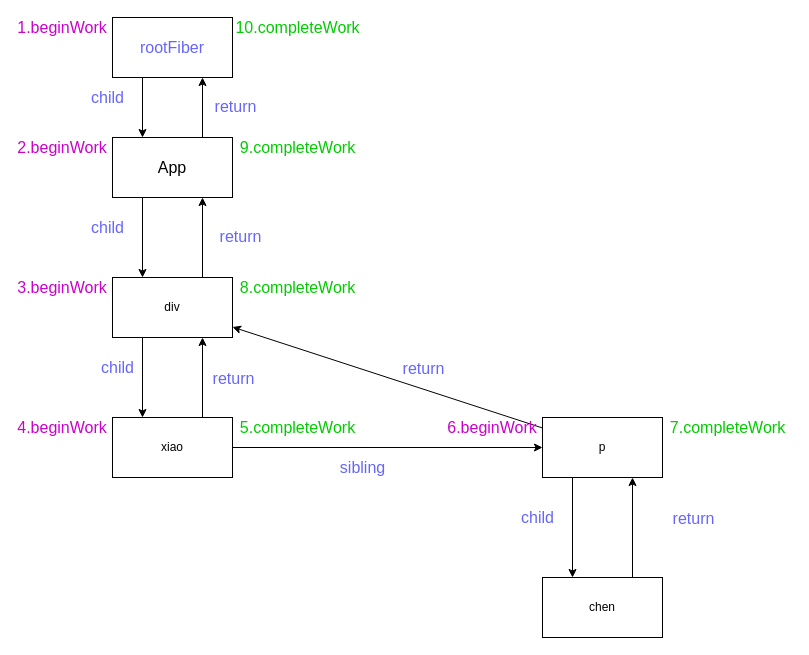
Above: page "Page-4" (4 of 23) of 第五章_0.drawio in xiaochen1024/react_code (draw.io), before the change. Source tidied: cells renumbered, new cells numbered last; positions are measured from the earlier drawing's top-left corner, leaving out a move shared by most shapes. Both pictures are drawn from the tidied source at 100%, with x=0, y=0 at pixel (42, 17).
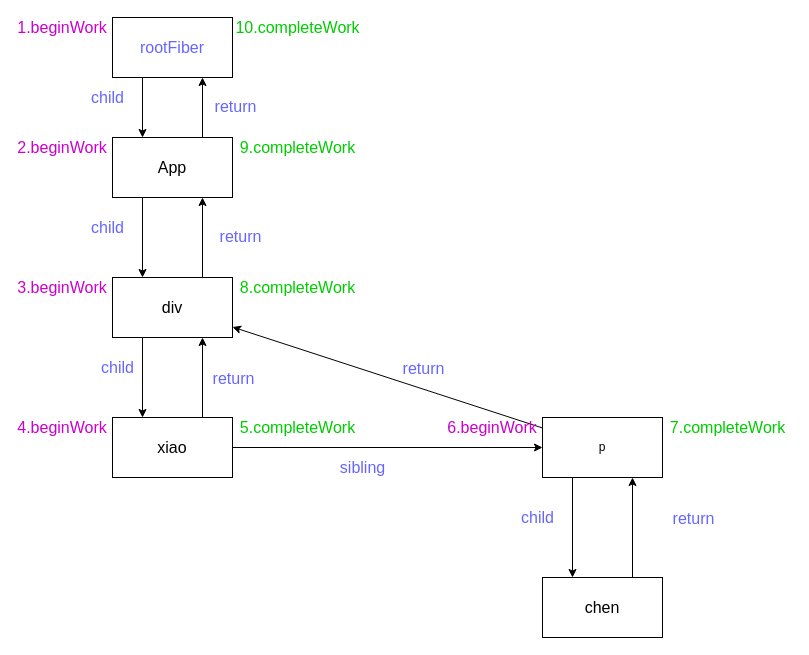
The same diagram, later.

What changed in the source:
```diff
@@
-    <mxCell id="8" value="div" style="rounded=0;whiteSpace=wrap;html=1;strokeWidth=1;" parent="1" vertex="1">
+    <mxCell id="8" value="&lt;font style=&quot;font-size: 16px&quot;&gt;div&lt;/font&gt;" style="rounded=0;whiteSpace=wrap;html=1;strokeWidth=1;" parent="1" vertex="1">
       <mxGeometry x="70" y="260" width="120" height="60" as="geometry" />
     </mxCell>
@@
-    <mxCell id="11" value="xiao" style="rounded=0;whiteSpace=wrap;html=1;strokeWidth=1;" parent="1" vertex="1">
+    <mxCell id="11" value="&lt;font style=&quot;font-size: 16px&quot;&gt;xiao&lt;/font&gt;" style="rounded=0;whiteSpace=wrap;html=1;strokeWidth=1;" parent="1" vertex="1">
       <mxGeometry x="70" y="400" width="120" height="60" as="geometry" />
     </mxCell>
@@
-    <mxCell id="16" value="chen" style="rounded=0;whiteSpace=wrap;html=1;strokeWidth=1;" parent="1" vertex="1">
+    <mxCell id="16" value="&lt;font style=&quot;font-size: 16px&quot;&gt;chen&lt;/font&gt;" style="rounded=0;whiteSpace=wrap;html=1;strokeWidth=1;" parent="1" vertex="1">
       <mxGeometry x="500" y="560" width="120" height="60" as="geometry" />
     </mxCell>
```
